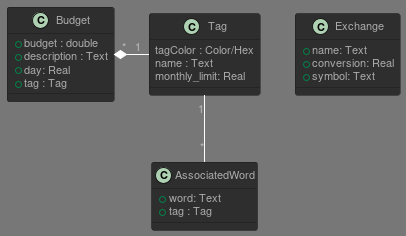
Gommet/potential-budget keeps this PlantUML diagram as docs/img/db.png. Above is the earlier version.
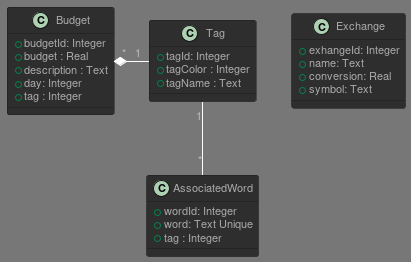
Later version of the same file.

Change to the diagram source:
```diff
@@ -1,27 +1,30 @@
 @startuml
 !theme reddress-darkblue
 class Budget {
-        + budget : double
+        + budgetId: Integer
+        + budget : Real
         + description : Text
-        + day: Real
-        + tag : Tag
+        + day: Integer
+        + tag : Integer
 }
 
 class Tag {
-        tagColor : Color/Hex
-        name : Text
-        monthly_limit: Real
+        + tagId: Integer
+        + tagColor : Integer
+        + tagName : Text
 }
 
 class Exchange {
+        + exhangeId: Integer
         + name: Text
         + conversion: Real
         + symbol: Text
 }
 
 class AssociatedWord{
-        + word: Text
-        + tag : Tag
+        + wordId: Integer
+        + word: Text Unique
+        + tag : Integer
 }
 
 Budget "*" *- "1" Tag
```
